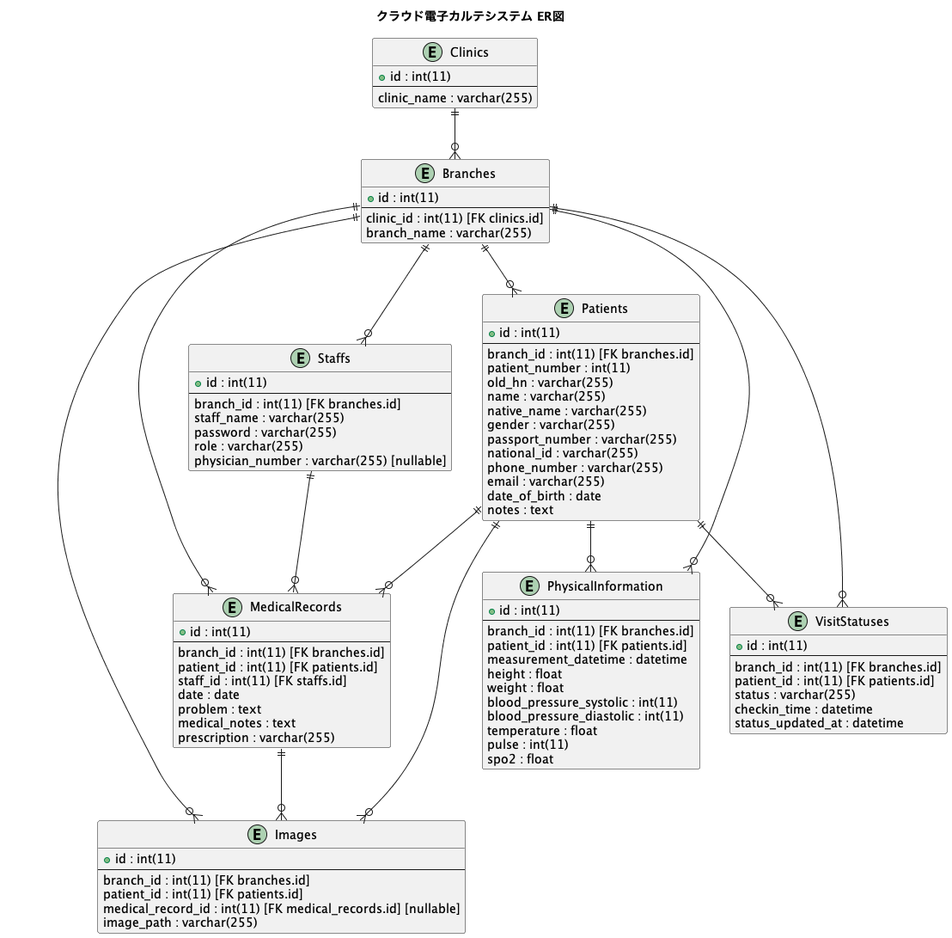
Earlier version of the PlantUML export documents/images/er_diagram.png (kaneconet/MDX).
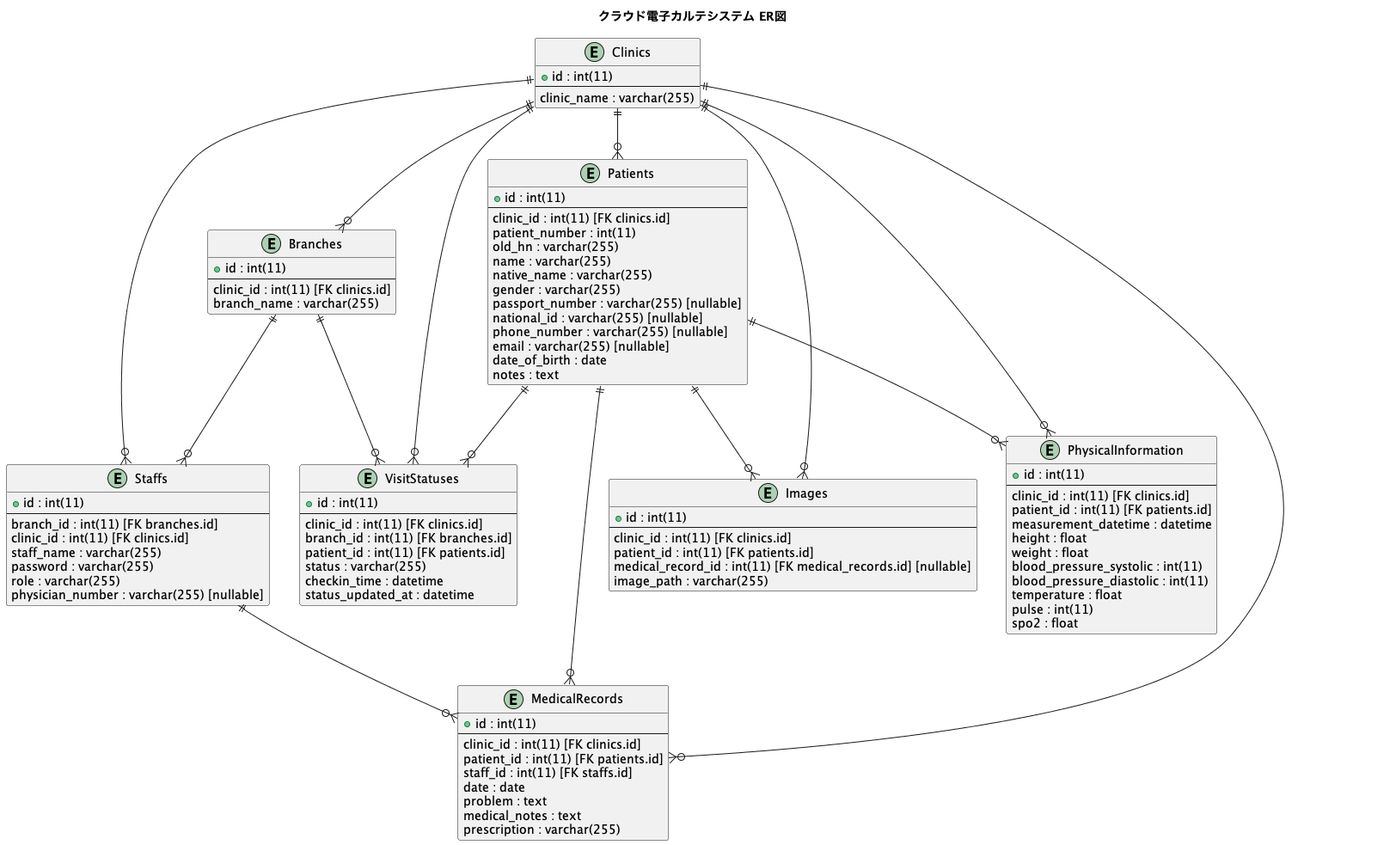
Above is the later version.

Commit message:
Update database diagram

The edit, as a diff of the source:
```diff
@@ -18,6 +18,7 @@
   + id : int(11)
   ---
   branch_id : int(11) [FK branches.id]
+  clinic_id : int(11) [FK clinics.id]
   staff_name : varchar(255)
   password : varchar(255)
   role : varchar(255)
@@ -27,16 +28,16 @@
 entity "Patients" as patients {
   + id : int(11)
   ---
-  branch_id : int(11) [FK branches.id]
+  clinic_id : int(11) [FK clinics.id]
   patient_number : int(11)
   old_hn : varchar(255)
   name : varchar(255)
   native_name : varchar(255)
   gender : varchar(255)
-  passport_number : varchar(255)
-  national_id : varchar(255)
-  phone_number : varchar(255)
-  email : varchar(255)
+  passport_number : varchar(255) [nullable]
+  national_id : varchar(255) [nullable]
+  phone_number : varchar(255) [nullable]
+  email : varchar(255) [nullable]
   date_of_birth : date
   notes : text
 }
@@ -44,7 +45,7 @@
 entity "MedicalRecords" as medical_records {
   + id : int(11)
   ---
-  branch_id : int(11) [FK branches.id]
+  clinic_id : int(11) [FK clinics.id]
   patient_id : int(11) [FK patients.id]
   staff_id : int(11) [FK staffs.id]
   date : date
@@ -56,7 +57,7 @@
 entity "Images" as images {
   + id : int(11)
   ---
-  branch_id : int(11) [FK branches.id]
+  clinic_id : int(11) [FK clinics.id]
   patient_id : int(11) [FK patients.id]
   medical_record_id : int(11) [FK medical_records.id] [nullable]
   image_path : varchar(255)
@@ -65,7 +66,7 @@
 entity "PhysicalInformation" as physical_information {
   + id : int(11)
   ---
-  branch_id : int(11) [FK branches.id]
+  clinic_id : int(11) [FK clinics.id]
   patient_id : int(11) [FK patients.id]
   measurement_datetime : datetime
   height : float
@@ -80,6 +81,7 @@
 entity "VisitStatuses" as visit_statuses {
   + id : int(11)
   ---
+  clinic_id : int(11) [FK clinics.id]
   branch_id : int(11) [FK branches.id]
   patient_id : int(11) [FK patients.id]
   status : varchar(255)
@@ -88,17 +90,18 @@
 }
 
 clinics ||--o{ branches
+clinics ||--o{ staffs
+clinics ||--o{ patients
+clinics ||--o{ medical_records
+clinics ||--o{ images
+clinics ||--o{ physical_information
+clinics ||--o{ visit_statuses
 branches ||--o{ staffs
-branches ||--o{ patients
-branches ||--o{ medical_records
-branches ||--o{ images
-branches ||--o{ physical_information
 branches ||--o{ visit_statuses
-staffs ||--o{ medical_records
 patients ||--o{ medical_records
-medical_records ||--o{ images
 patients ||--o{ images
 patients ||--o{ physical_information
 patients ||--o{ visit_statuses
+staffs ||--o{ medical_records
 
 @enduml
```
